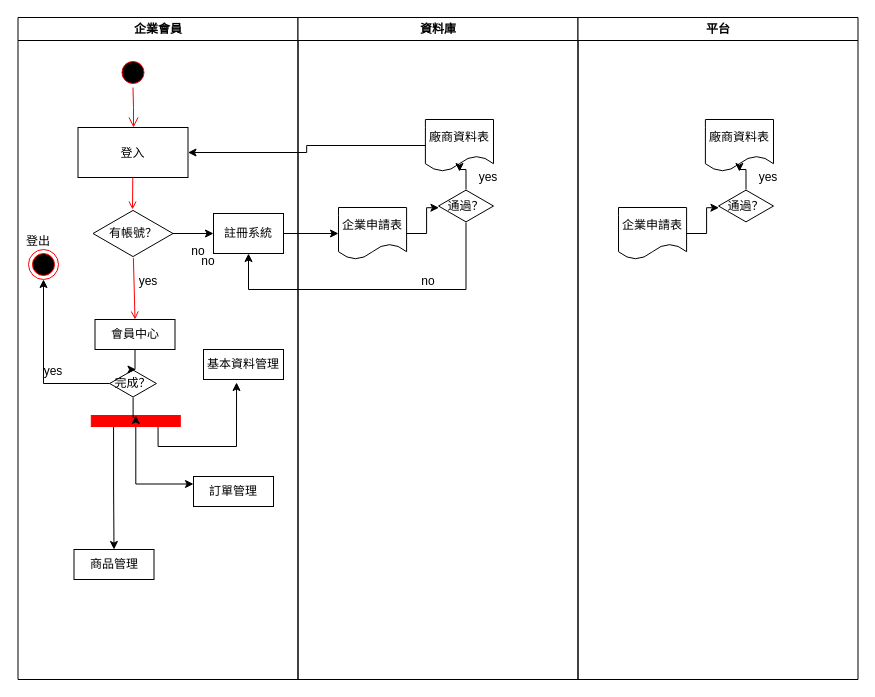
Earlier version of the draw.io diagram Untitled Diagram.drawio (4gold/github-slideshow). Source tidied: cells renumbered, new cells numbered last; positions are measured from the earlier drawing's top-left corner, leaving out a move shared by most shapes. Both pictures are drawn from the tidied source at 100%, with x=0, y=0 at pixel (17, 17).
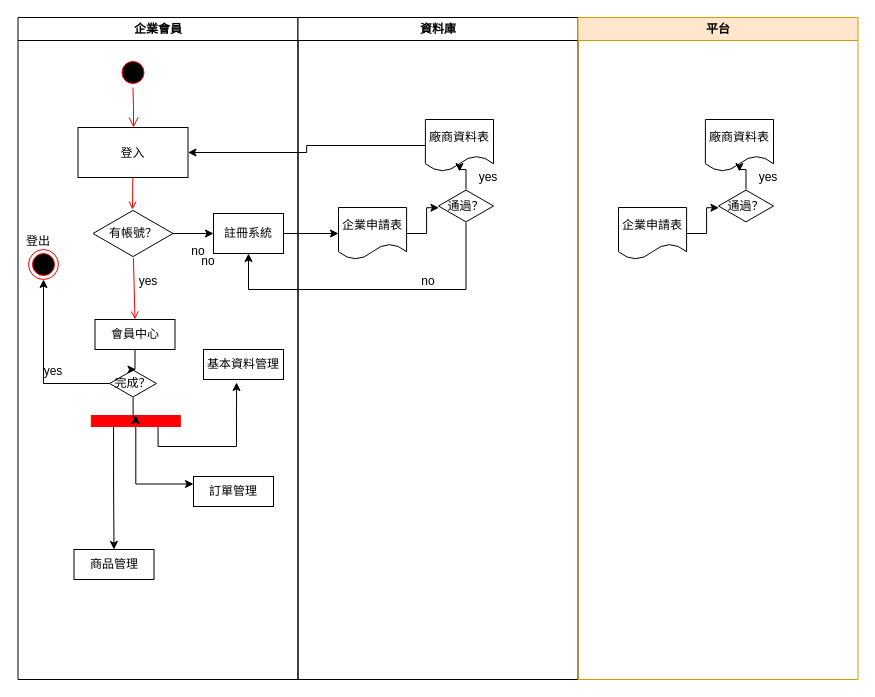
The same page after the edit.

The edit, as a diff of the source:
```diff
@@
-    <mxCell id="40" value="平台" style="swimlane;whiteSpace=wrap;" parent="1" vertex="1">
+    <mxCell id="40" value="平台" style="swimlane;whiteSpace=wrap;fillColor=#ffe6cc;strokeColor=#d79b00;" parent="1" vertex="1">
       <mxGeometry x="560.5" width="280" height="662" as="geometry" />
     </mxCell>
```
